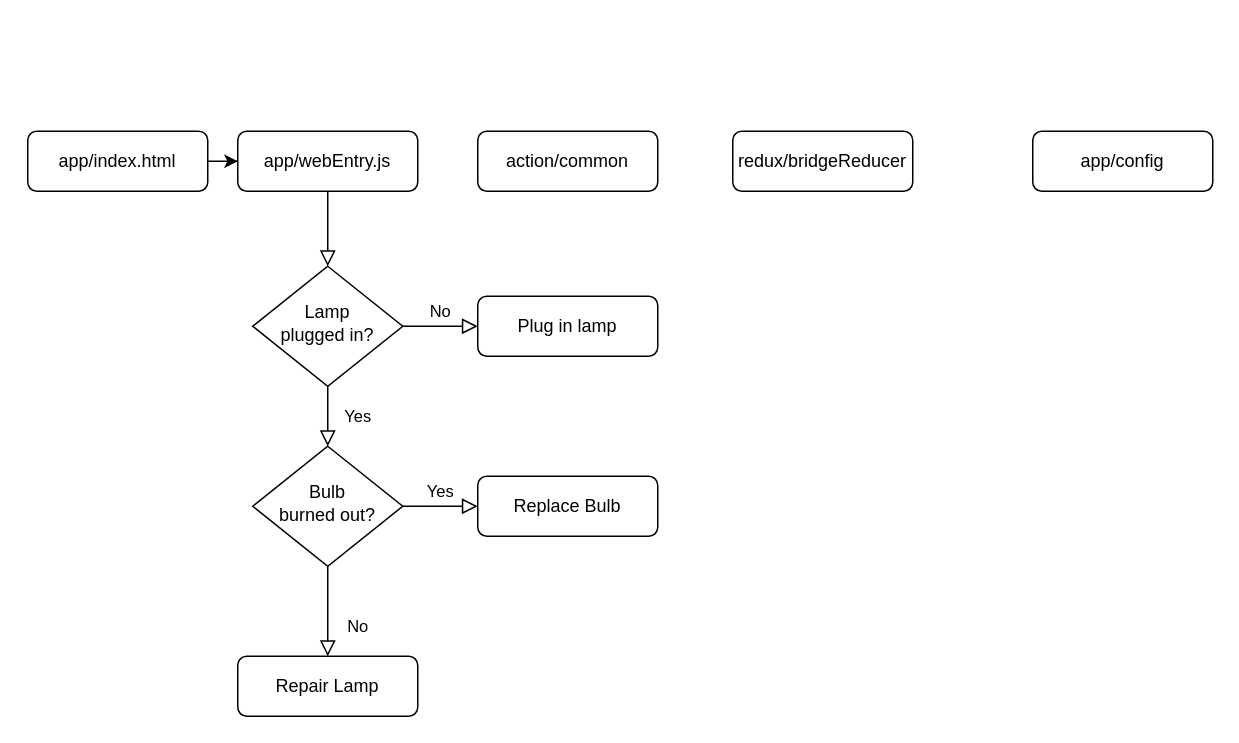
Earlier version of the draw.io diagram docs/assets/drawio/dynamic-studio.drawio (ShaoOrg/bulletin). Source tidied: cells renumbered, new cells numbered last; positions are measured from the earlier drawing's top-left corner, leaving out a move shared by most shapes. Both pictures are drawn from the tidied source at 150%, with x=0, y=0 at pixel (27, 130).
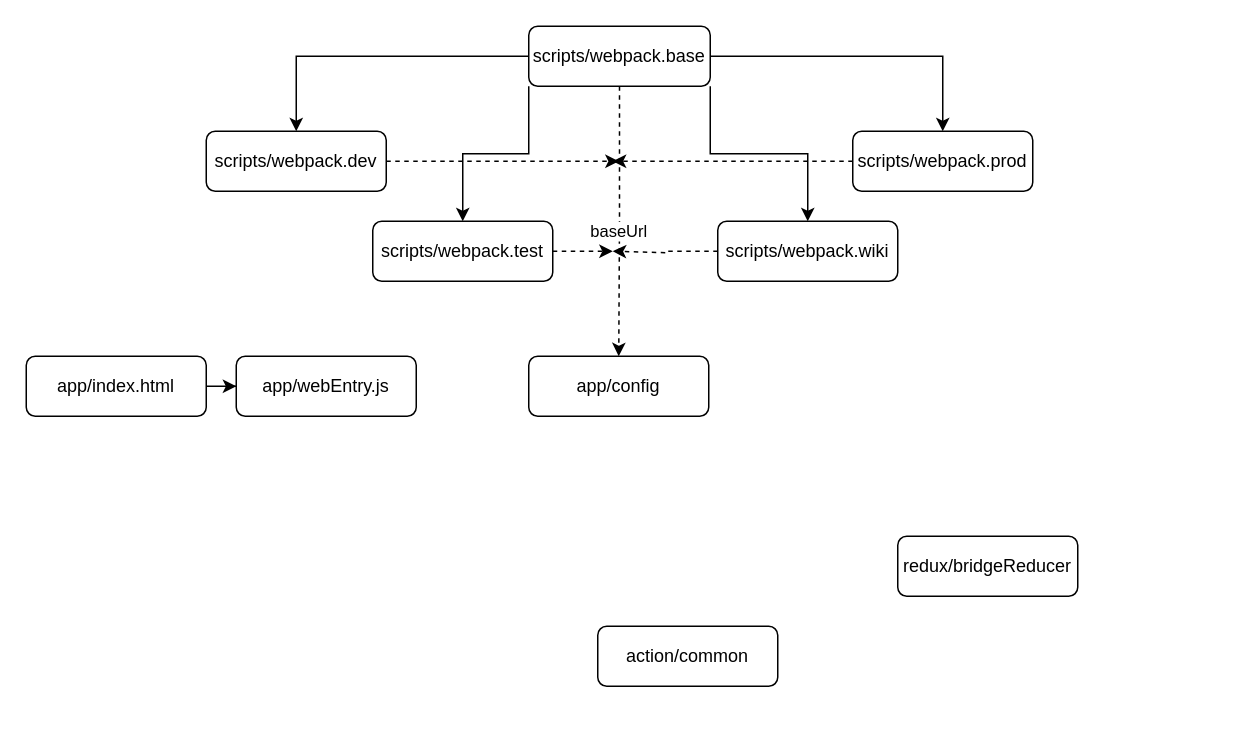
After the change.

What changed in the source:
```diff
@@
-    <mxCell id="2" style="rounded=0;html=1;jettySize=auto;fontSize=11;endArrow=block;endFill=0;endSize=8;strokeWidth=1;shadow=0;labelBackgroundColor=none;edgeStyle=orthogonalEdgeStyle;" parent="1" edge="1" source="3" target="6">
-      <mxGeometry relative="1" as="geometry" />
-    </mxCell>
     <mxCell id="3" value="app/webEntry.js" style="rounded=1;whiteSpace=wrap;html=1;fontSize=12;glass=0;strokeWidth=1;shadow=0;" parent="1" vertex="1">
-      <mxGeometry x="140" width="120" height="40" as="geometry" />
+      <mxGeometry x="139" y="150" width="120" height="40" as="geometry" />
     </mxCell>
-    <mxCell id="4" value="Yes" style="rounded=0;html=1;jettySize=auto;fontSize=11;endArrow=block;endFill=0;endSize=8;strokeWidth=1;shadow=0;labelBackgroundColor=none;edgeStyle=orthogonalEdgeStyle;" parent="1" edge="1" source="6" target="10">
-      <mxGeometry y="20" relative="1" as="geometry" />
-    </mxCell>
-    <mxCell id="5" value="No" style="edgeStyle=orthogonalEdgeStyle;rounded=0;html=1;jettySize=auto;fontSize=11;endArrow=block;endFill=0;endSize=8;strokeWidth=1;shadow=0;labelBackgroundColor=none;" parent="1" edge="1" source="6" target="7">
-      <mxGeometry y="10" relative="1" as="geometry" />
-    </mxCell>
-    <mxCell id="6" value="Lamp&lt;br&gt;plugged in?" style="rhombus;whiteSpace=wrap;html=1;shadow=0;fontFamily=Helvetica;fontSize=12;align=center;strokeWidth=1;spacing=6;spacingTop=-4;" parent="1" vertex="1">
-      <mxGeometry x="150" y="90" width="100" height="80" as="geometry" />
-    </mxCell>
-    <mxCell id="7" value="Plug in lamp" style="rounded=1;whiteSpace=wrap;html=1;fontSize=12;glass=0;strokeWidth=1;shadow=0;" parent="1" vertex="1">
-      <mxGeometry x="300" y="110" width="120" height="40" as="geometry" />
-    </mxCell>
-    <mxCell id="8" value="No" style="rounded=0;html=1;jettySize=auto;fontSize=11;endArrow=block;endFill=0;endSize=8;strokeWidth=1;shadow=0;labelBackgroundColor=none;edgeStyle=orthogonalEdgeStyle;" parent="1" edge="1" source="10" target="11">
-      <mxGeometry x="0.33" y="20" relative="1" as="geometry" />
-    </mxCell>
-    <mxCell id="9" value="Yes" style="edgeStyle=orthogonalEdgeStyle;rounded=0;html=1;jettySize=auto;fontSize=11;endArrow=block;endFill=0;endSize=8;strokeWidth=1;shadow=0;labelBackgroundColor=none;" parent="1" edge="1" source="10" target="12">
-      <mxGeometry y="10" relative="1" as="geometry" />
-    </mxCell>
-    <mxCell id="10" value="Bulb&lt;br&gt;burned out?" style="rhombus;whiteSpace=wrap;html=1;shadow=0;fontFamily=Helvetica;fontSize=12;align=center;strokeWidth=1;spacing=6;spacingTop=-4;" parent="1" vertex="1">
-      <mxGeometry x="150" y="210" width="100" height="80" as="geometry" />
-    </mxCell>
-    <mxCell id="11" value="Repair Lamp" style="rounded=1;whiteSpace=wrap;html=1;fontSize=12;glass=0;strokeWidth=1;shadow=0;" parent="1" vertex="1">
-      <mxGeometry x="140" y="350" width="120" height="40" as="geometry" />
-    </mxCell>
-    <mxCell id="12" value="Replace Bulb" style="rounded=1;whiteSpace=wrap;html=1;fontSize=12;glass=0;strokeWidth=1;shadow=0;" parent="1" vertex="1">
-      <mxGeometry x="300" y="230" width="120" height="40" as="geometry" />
-    </mxCell>
@@
     <mxCell id="14" value="app/index.html" style="rounded=1;whiteSpace=wrap;html=1;fontSize=12;glass=0;strokeWidth=1;shadow=0;" parent="1" vertex="1">
-      <mxGeometry width="120" height="40" as="geometry" />
+      <mxGeometry x="-1" y="150" width="120" height="40" as="geometry" />
     </mxCell>
     <mxCell id="15" value="action/common" style="rounded=1;whiteSpace=wrap;html=1;fontSize=12;glass=0;strokeWidth=1;shadow=0;" parent="1" vertex="1">
-      <mxGeometry x="300" width="120" height="40" as="geometry" />
+      <mxGeometry x="380" y="330" width="120" height="40" as="geometry" />
     </mxCell>
     <mxCell id="16" value="redux/bridgeReducer" style="rounded=1;whiteSpace=wrap;html=1;fontSize=12;glass=0;strokeWidth=1;shadow=0;" parent="1" vertex="1">
-      <mxGeometry x="470" width="120" height="40" as="geometry" />
+      <mxGeometry x="580" y="270" width="120" height="40" as="geometry" />
     </mxCell>
     <mxCell id="17" value="app/config" style="rounded=1;whiteSpace=wrap;html=1;fontSize=12;glass=0;strokeWidth=1;shadow=0;" parent="1" vertex="1">
-      <mxGeometry x="670" width="120" height="40" as="geometry" />
+      <mxGeometry x="334" y="150" width="120" height="40" as="geometry" />
     </mxCell>
+    <mxCell id="18" style="edgeStyle=orthogonalEdgeStyle;rounded=0;jettySize=auto;html=1;entryX=0.5;entryY=0;entryDx=0;entryDy=0;dashed=1;" parent="1" edge="1" source="24" target="17">
+      <mxGeometry relative="1" as="geometry" />
+    </mxCell>
+    <mxCell id="19" value="baseUrl" style="edgeLabel;html=1;align=center;verticalAlign=middle;" parent="18" vertex="1">
+      <mxGeometry x="0.08" y="-1" relative="1" as="geometry" />
+    </mxCell>
+    <mxCell id="20" style="edgeStyle=orthogonalEdgeStyle;rounded=0;jettySize=auto;html=1;entryX=0.5;entryY=0;entryDx=0;entryDy=0;" parent="1" edge="1" source="24" target="26">
+      <mxGeometry relative="1" as="geometry" />
+    </mxCell>
+    <mxCell id="21" style="edgeStyle=orthogonalEdgeStyle;rounded=0;jettySize=auto;html=1;exitX=1;exitY=0.5;exitDx=0;exitDy=0;entryX=0.5;entryY=0;entryDx=0;entryDy=0;" parent="1" edge="1" source="24" target="28">
+      <mxGeometry relative="1" as="geometry" />
+    </mxCell>
+    <mxCell id="22" style="edgeStyle=orthogonalEdgeStyle;rounded=0;jettySize=auto;html=1;exitX=0;exitY=1;exitDx=0;exitDy=0;" parent="1" edge="1" source="24" target="30">
+      <mxGeometry relative="1" as="geometry" />
+    </mxCell>
+    <mxCell id="23" style="edgeStyle=orthogonalEdgeStyle;rounded=0;jettySize=auto;html=1;exitX=1;exitY=1;exitDx=0;exitDy=0;" parent="1" edge="1" source="24" target="32">
+      <mxGeometry relative="1" as="geometry" />
+    </mxCell>
+    <mxCell id="24" value="scripts/webpack.base" style="rounded=1;whiteSpace=wrap;html=1;fontSize=12;glass=0;strokeWidth=1;shadow=0;" parent="1" vertex="1">
+      <mxGeometry x="334" y="-70" width="121" height="40" as="geometry" />
+    </mxCell>
+    <mxCell id="25" style="edgeStyle=orthogonalEdgeStyle;rounded=0;jettySize=auto;html=1;dashed=1;" parent="1" edge="1" source="26">
+      <mxGeometry relative="1" as="geometry">
+        <mxPoint x="394" y="20" as="targetPoint" />
+      </mxGeometry>
+    </mxCell>
+    <mxCell id="26" value="scripts/webpack.dev" style="rounded=1;whiteSpace=wrap;html=1;fontSize=12;glass=0;strokeWidth=1;shadow=0;" parent="1" vertex="1">
+      <mxGeometry x="119" width="120" height="40" as="geometry" />
+    </mxCell>
+    <mxCell id="27" style="edgeStyle=orthogonalEdgeStyle;rounded=0;jettySize=auto;html=1;dashed=1;" parent="1" edge="1" source="28">
+      <mxGeometry relative="1" as="geometry">
+        <mxPoint x="390" y="20" as="targetPoint" />
+      </mxGeometry>
+    </mxCell>
+    <mxCell id="28" value="scripts/webpack.prod" style="rounded=1;whiteSpace=wrap;html=1;fontSize=12;glass=0;strokeWidth=1;shadow=0;" parent="1" vertex="1">
+      <mxGeometry x="550" width="120" height="40" as="geometry" />
+    </mxCell>
+    <mxCell id="29" style="edgeStyle=orthogonalEdgeStyle;rounded=0;jettySize=auto;html=1;dashed=1;" parent="1" edge="1" source="30">
+      <mxGeometry relative="1" as="geometry">
+        <mxPoint x="390" y="80" as="targetPoint" />
+      </mxGeometry>
+    </mxCell>
+    <mxCell id="30" value="scripts/webpack.test" style="rounded=1;whiteSpace=wrap;html=1;fontSize=12;glass=0;strokeWidth=1;shadow=0;" parent="1" vertex="1">
+      <mxGeometry x="230" y="60" width="120" height="40" as="geometry" />
+    </mxCell>
+    <mxCell id="31" style="edgeStyle=orthogonalEdgeStyle;rounded=0;jettySize=auto;html=1;dashed=1;" parent="1" edge="1" source="32">
+      <mxGeometry relative="1" as="geometry">
+        <mxPoint x="390" y="80" as="targetPoint" />
+        <Array as="points">
+          <mxPoint x="425" y="80" />
+          <mxPoint x="425" y="81" />
+        </Array>
+      </mxGeometry>
+    </mxCell>
+    <mxCell id="32" value="scripts/webpack.wiki" style="rounded=1;whiteSpace=wrap;html=1;fontSize=12;glass=0;strokeWidth=1;shadow=0;" parent="1" vertex="1">
+      <mxGeometry x="460" y="60" width="120" height="40" as="geometry" />
+    </mxCell>
```
